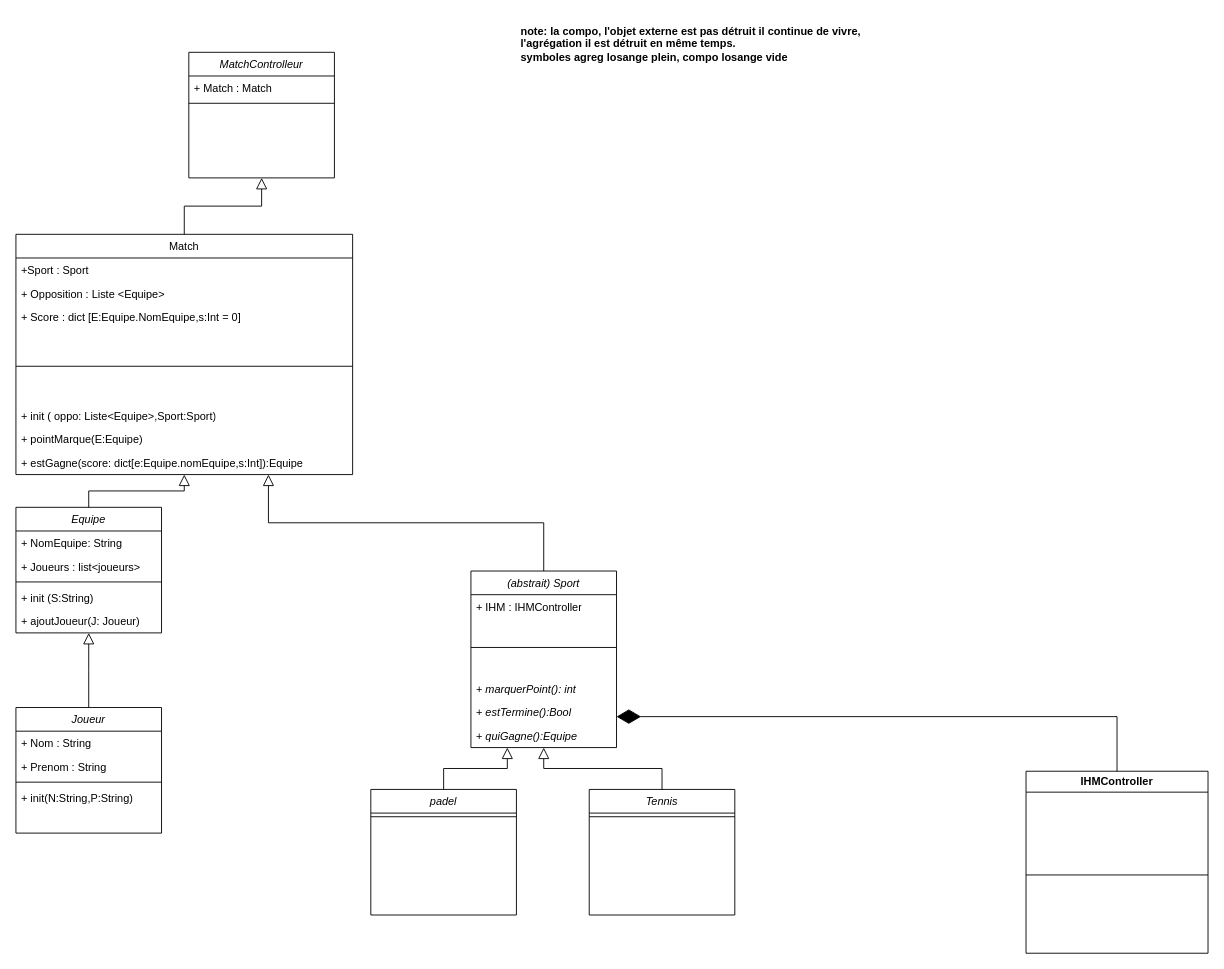
This is Docs/projet_raspberry_compteur.drawio from canigou101/compteur-points-rasp, a draw.io file, before an edit. Source tidied: cells renumbered, new cells numbered last; positions are measured from the earlier drawing's top-left corner, leaving out a move shared by most shapes. Both pictures are drawn from the tidied source at 91%, with x=0, y=0 at pixel (15, 15).
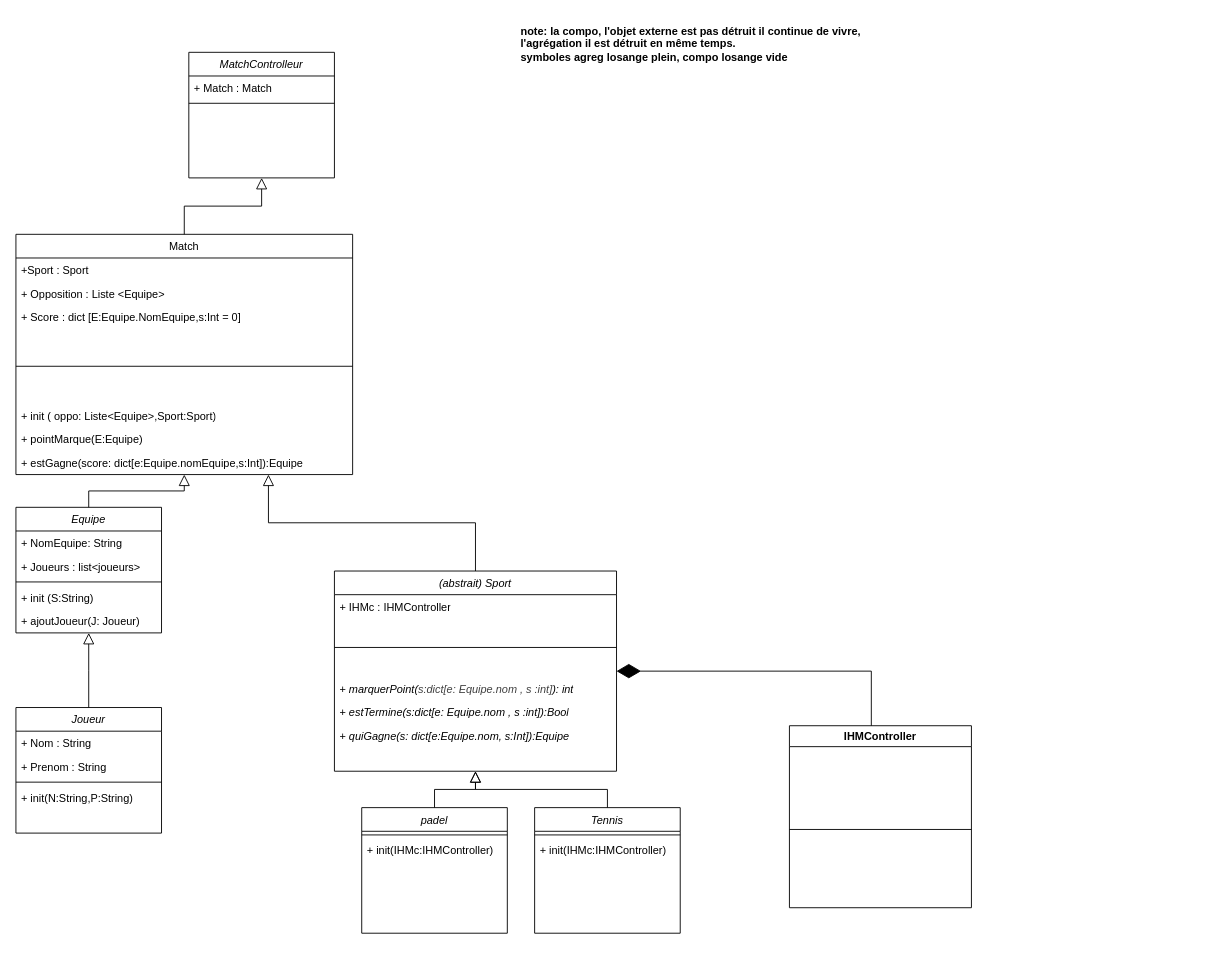
The same page after the edit.

What changed in the source:
```diff
@@
     <mxCell id="25" value="(abstrait) Sport" style="swimlane;fontStyle=2;align=center;verticalAlign=top;horizontal=1;startSize=26;rounded=0;shadow=0;strokeWidth=1;" parent="1" vertex="1">
-      <mxGeometry x="500" y="610" width="160" height="194" as="geometry" />
+      <mxGeometry x="350" y="610" width="310" height="220" as="geometry" />
     </mxCell>
-    <mxCell id="26" value="&lt;span style=&quot;white-space: nowrap;&quot;&gt;+ IHM : IHMController&lt;/span&gt;" style="text;strokeColor=none;fillColor=none;align=left;verticalAlign=top;spacingLeft=4;spacingRight=4;overflow=hidden;whiteSpace=wrap;html=1;" parent="25" vertex="1">
-      <mxGeometry y="26" width="160" height="26" as="geometry" />
+    <mxCell id="26" value="&lt;span style=&quot;white-space: nowrap;&quot;&gt;+ IHMc : IHMController&lt;/span&gt;" style="text;strokeColor=none;fillColor=none;align=left;verticalAlign=top;spacingLeft=4;spacingRight=4;overflow=hidden;whiteSpace=wrap;html=1;" parent="25" vertex="1">
+      <mxGeometry y="26" width="310" height="26" as="geometry" />
     </mxCell>
     <mxCell id="27" style="line;html=1;strokeWidth=1;align=left;verticalAlign=middle;spacingTop=-1;spacingLeft=3;spacingRight=3;labelPosition=right;" parent="25" vertex="1">
-      <mxGeometry y="52" width="160" height="64" as="geometry" />
+      <mxGeometry y="52" width="310" height="64" as="geometry" />
     </mxCell>
-    <mxCell id="28" value="+ &lt;i&gt;marquerPoint(): int&lt;/i&gt;" style="text;strokeColor=none;fillColor=none;align=left;verticalAlign=top;spacingLeft=4;spacingRight=4;overflow=hidden;whiteSpace=wrap;html=1;" parent="25" vertex="1">
-      <mxGeometry y="116" width="160" height="26" as="geometry" />
+    <mxCell id="28" value="+ &lt;i&gt;marquerPoint(&lt;/i&gt;&lt;i style=&quot;color: rgb(63, 63, 63); scrollbar-color: rgba(88, 91, 112, 0.5) rgb(30, 30, 46);&quot;&gt;s:dict[e: Equipe.nom , s :int]&lt;/i&gt;&lt;i&gt;): int&lt;/i&gt;" style="text;strokeColor=none;fillColor=none;align=left;verticalAlign=top;spacingLeft=4;spacingRight=4;overflow=hidden;whiteSpace=wrap;html=1;" parent="25" vertex="1">
+      <mxGeometry y="116" width="310" height="26" as="geometry" />
     </mxCell>
-    <mxCell id="29" value="+ &lt;i&gt;estTermine():Bool&lt;/i&gt;" style="text;strokeColor=none;fillColor=none;align=left;verticalAlign=top;spacingLeft=4;spacingRight=4;overflow=hidden;whiteSpace=wrap;html=1;" parent="25" vertex="1">
-      <mxGeometry y="142" width="160" height="26" as="geometry" />
+    <mxCell id="29" value="+ &lt;i&gt;estTermine(s:dict[e: Equipe.nom , s :int]):Bool&lt;/i&gt;" style="text;strokeColor=none;fillColor=none;align=left;verticalAlign=top;spacingLeft=4;spacingRight=4;overflow=hidden;whiteSpace=wrap;html=1;" parent="25" vertex="1">
+      <mxGeometry y="142" width="310" height="26" as="geometry" />
     </mxCell>
-    <mxCell id="30" value="+&lt;i&gt;&amp;nbsp;quiGagne():Equipe&lt;/i&gt;" style="text;strokeColor=none;fillColor=none;align=left;verticalAlign=top;spacingLeft=4;spacingRight=4;overflow=hidden;points=[[0,0.5],[1,0.5]];portConstraint=eastwest;whiteSpace=wrap;html=1;" parent="25" vertex="1">
-      <mxGeometry y="168" width="160" height="26" as="geometry" />
+    <mxCell id="30" value="+&lt;i&gt;&amp;nbsp;quiGagne(s: dict[e:Equipe.nom, s:Int]):Equipe&lt;/i&gt;" style="text;strokeColor=none;fillColor=none;align=left;verticalAlign=top;spacingLeft=4;spacingRight=4;overflow=hidden;points=[[0,0.5],[1,0.5]];portConstraint=eastwest;whiteSpace=wrap;html=1;" parent="25" vertex="1">
+      <mxGeometry y="168" width="310" height="52" as="geometry" />
     </mxCell>
     <mxCell id="31" value="padel" style="swimlane;fontStyle=2;align=center;verticalAlign=top;horizontal=1;startSize=26;rounded=0;shadow=0;strokeWidth=1;" parent="1" vertex="1">
-      <mxGeometry x="390" y="850" width="160" height="138" as="geometry" />
+      <mxGeometry x="380" y="870" width="160" height="138" as="geometry" />
     </mxCell>
@@
+    <mxCell id="44" value="+ init(IHMc:IHMController)" style="text;strokeColor=none;fillColor=none;align=left;verticalAlign=top;spacingLeft=4;spacingRight=4;overflow=hidden;whiteSpace=wrap;html=1;" parent="31" vertex="1">
+      <mxGeometry y="34" width="160" height="26" as="geometry" />
+    </mxCell>
     <mxCell id="33" value="Tennis" style="swimlane;fontStyle=2;align=center;verticalAlign=top;horizontal=1;startSize=26;rounded=0;shadow=0;strokeWidth=1;" parent="1" vertex="1">
-      <mxGeometry x="630" y="850" width="160" height="138" as="geometry" />
+      <mxGeometry x="570" y="870" width="160" height="138" as="geometry" />
     </mxCell>
@@
+    <mxCell id="45" value="+ init(IHMc:IHMController)" style="text;strokeColor=none;fillColor=none;align=left;verticalAlign=top;spacingLeft=4;spacingRight=4;overflow=hidden;whiteSpace=wrap;html=1;" parent="33" vertex="1">
+      <mxGeometry y="34" width="160" height="26" as="geometry" />
+    </mxCell>
@@
-    <mxCell id="37" style="endArrow=block;endSize=10;endFill=0;shadow=0;strokeWidth=1;rounded=0;curved=0;edgeStyle=elbowEdgeStyle;elbow=vertical;entryX=0.5;entryY=1;entryDx=0;entryDy=0;exitX=0.5;exitY=0;exitDx=0;exitDy=0;" parent="1" edge="1" source="33" target="25">
-      <mxGeometry relative="1" as="geometry" />
+    <mxCell id="37" style="endArrow=block;endSize=10;endFill=0;shadow=0;strokeWidth=1;rounded=0;curved=0;edgeStyle=elbowEdgeStyle;elbow=vertical;" parent="1" edge="1" source="33" target="30">
+      <mxGeometry x="-0.41" relative="1" as="geometry" />
     </mxCell>
-    <mxCell id="38" style="endArrow=block;endSize=10;endFill=0;shadow=0;strokeWidth=1;rounded=0;curved=0;edgeStyle=elbowEdgeStyle;elbow=vertical;entryX=0.25;entryY=1;entryDx=0;entryDy=0;exitX=0.5;exitY=0;exitDx=0;exitDy=0;" parent="1" edge="1" source="31" target="25">
-      <mxGeometry relative="1" as="geometry" />
+    <mxCell id="38" style="endArrow=block;endSize=10;endFill=0;shadow=0;strokeWidth=1;rounded=0;curved=0;edgeStyle=elbowEdgeStyle;elbow=vertical;" parent="1" edge="1" source="31" target="30">
+      <mxGeometry x="-0.56" relative="1" as="geometry" />
     </mxCell>
@@
     <mxCell id="40" value="IHMController" style="swimlane;whiteSpace=wrap;html=1;" parent="1" vertex="1">
-      <mxGeometry x="1110" y="830" width="200" height="200" as="geometry" />
+      <mxGeometry x="850" y="780" width="200" height="200" as="geometry" />
     </mxCell>
@@
     <mxCell id="43" style="endArrow=diamondThin;endFill=1;endSize=24;html=1;rounded=0;edgeStyle=orthogonalEdgeStyle;" parent="1" edge="1" source="40" target="25">
-      <mxGeometry x="-0.07" relative="1" as="geometry">
+      <mxGeometry x="-0.64" relative="1" as="geometry">
         <Array as="points">
-          <mxPoint x="1210" y="770" />
+          <mxPoint x="940" y="720" />
         </Array>
       </mxGeometry>
     </mxCell>
```
